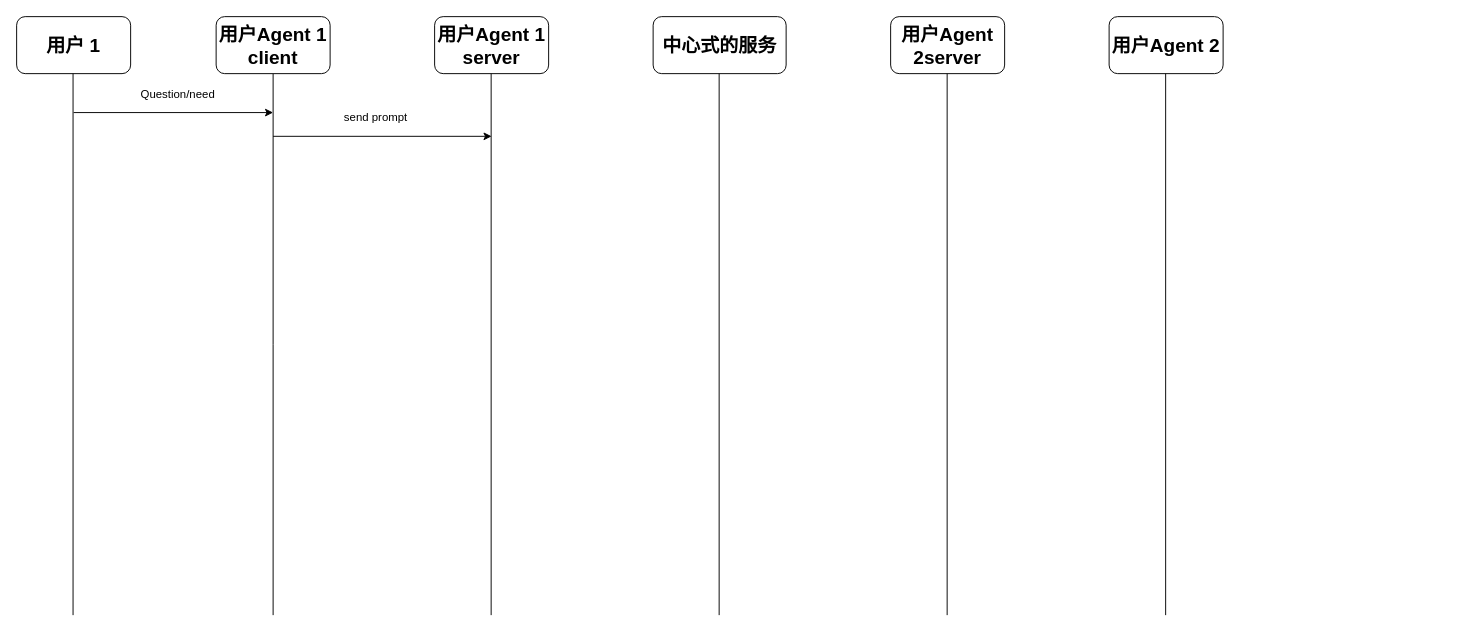
Above: page "通讯序列图" (2 of 3) of 未命名绘图.drawio in Riesling00/design (draw.io), before the change. Source tidied: cells renumbered, new cells numbered last; positions are measured from the earlier drawing's top-left corner, leaving out a move shared by most shapes. Both pictures are drawn from the tidied source at 95%, with x=0, y=0 at pixel (16, 16).
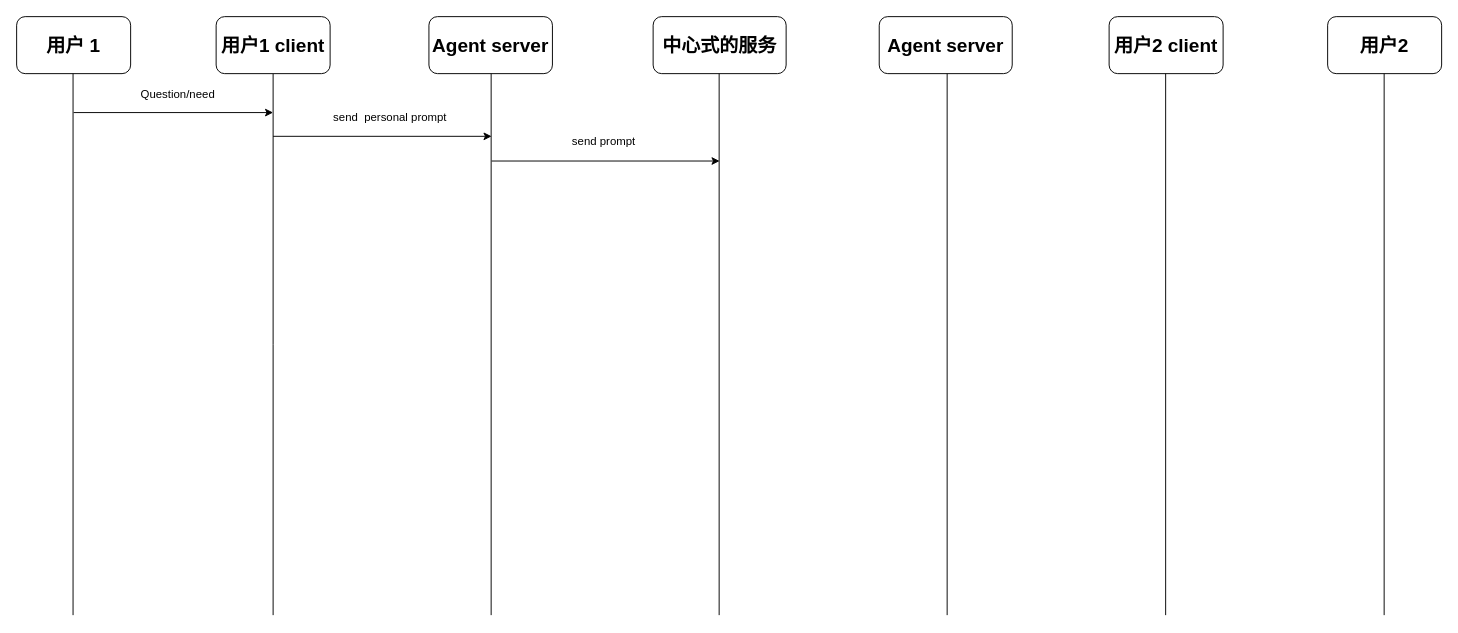
Above is the later version.

Commit message (it also covers changes not shown here):
更新未命名绘图.drawio

Diff of the diagram source:
```diff
@@
-    <mxCell id="3" value="用户Agent 1 client" style="rounded=1;whiteSpace=wrap;html=1;fontStyle=1;fontSize=20;" parent="1" vertex="1">
+    <mxCell id="3" value="用户1 client" style="rounded=1;whiteSpace=wrap;html=1;fontStyle=1;fontSize=20;" parent="1" vertex="1">
       <mxGeometry x="210" width="120" height="60" as="geometry" />
     </mxCell>
-    <mxCell id="4" value="用户Agent 2" style="rounded=1;whiteSpace=wrap;html=1;fontStyle=1;fontSize=20;" parent="1" vertex="1">
+    <mxCell id="4" value="用户2 client" style="rounded=1;whiteSpace=wrap;html=1;fontStyle=1;fontSize=20;" parent="1" vertex="1">
       <mxGeometry x="1150" width="120" height="60" as="geometry" />
     </mxCell>
@@
-    <mxCell id="12" value="用户Agent 1 server" style="rounded=1;whiteSpace=wrap;html=1;fontStyle=1;fontSize=20;" parent="1" vertex="1">
-      <mxGeometry x="440" width="120" height="60" as="geometry" />
+    <mxCell id="12" value="Agent server" style="rounded=1;whiteSpace=wrap;html=1;fontStyle=1;fontSize=20;" parent="1" vertex="1">
+      <mxGeometry x="434" width="130" height="60" as="geometry" />
     </mxCell>
@@
-    <mxCell id="15" value="send prompt&amp;nbsp;" style="rounded=0;whiteSpace=wrap;html=1;strokeColor=#FFFFFF;" parent="1" vertex="1">
-      <mxGeometry x="320" y="94" width="120" height="24" as="geometry" />
+    <mxCell id="15" value="send&amp;nbsp; personal prompt&amp;nbsp;" style="rounded=0;whiteSpace=wrap;html=1;strokeColor=#FFFFFF;" parent="1" vertex="1">
+      <mxGeometry x="320" y="94" width="150" height="24" as="geometry" />
     </mxCell>
-    <mxCell id="16" value="用户Agent 2server" style="rounded=1;whiteSpace=wrap;html=1;fontStyle=1;fontSize=20;" parent="1" vertex="1">
-      <mxGeometry x="920" width="120" height="60" as="geometry" />
+    <mxCell id="16" value="Agent server" style="rounded=1;whiteSpace=wrap;html=1;fontStyle=1;fontSize=20;" parent="1" vertex="1">
+      <mxGeometry x="908" width="140" height="60" as="geometry" />
     </mxCell>
@@
+    <mxCell id="18" style="endArrow=classic;html=1;rounded=0;" parent="1" edge="1">
+      <mxGeometry relative="1" as="geometry">
+        <mxPoint x="500" y="152" as="sourcePoint" />
+        <mxPoint x="740" y="152" as="targetPoint" />
+      </mxGeometry>
+    </mxCell>
+    <mxCell id="19" value="send prompt&amp;nbsp;" style="rounded=0;whiteSpace=wrap;html=1;strokeColor=#FFFFFF;" parent="1" vertex="1">
+      <mxGeometry x="560" y="120" width="120" height="24" as="geometry" />
+    </mxCell>
+    <mxCell id="20" value="用户2" style="rounded=1;whiteSpace=wrap;html=1;fontStyle=1;fontSize=20;" parent="1" vertex="1">
+      <mxGeometry x="1380" width="120" height="60" as="geometry" />
+    </mxCell>
+    <mxCell id="21" style="edgeStyle=orthogonalEdgeStyle;rounded=0;orthogonalLoop=1;jettySize=auto;html=1;exitX=0.5;exitY=1;exitDx=0;exitDy=0;endArrow=none;endFill=0;" parent="1" edge="1">
+      <mxGeometry relative="1" as="geometry">
+        <mxPoint x="1439.5" y="60" as="sourcePoint" />
+        <mxPoint x="1439.5" y="630" as="targetPoint" />
+      </mxGeometry>
+    </mxCell>
```
